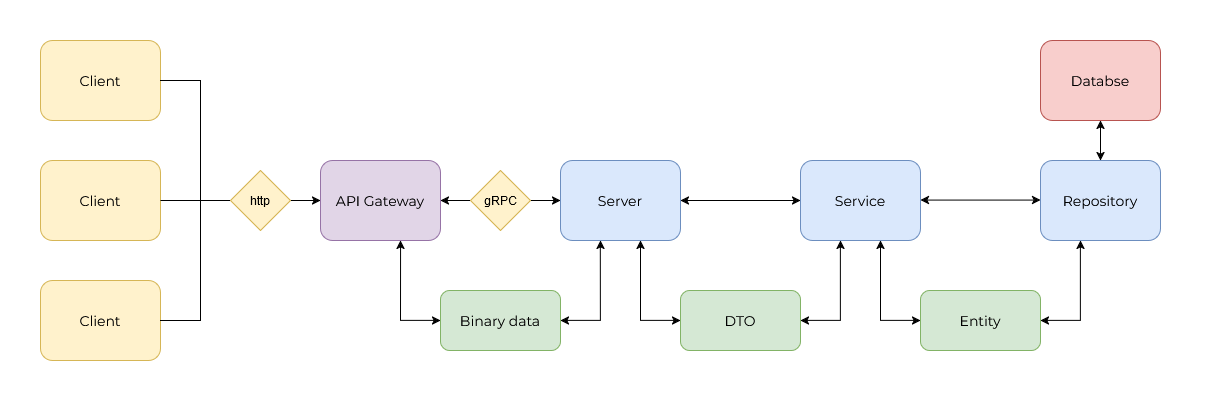
Above: assets/architecture.png in ArtoriasCode/jwtgo (draw.io), before the change. Source tidied: cells renumbered, new cells last; positions are measured from the earlier drawing's top-left corner, leaving out a move shared by most shapes. Its diagram source:
```xml
<mxGraphModel>
  <root>
    <mxCell id="0" />
    <mxCell id="1" parent="0" />
    <mxCell id="2" value="&lt;font style=&quot;font-size: 14px;&quot; face=&quot;Montserrat&quot;&gt;Client&lt;/font&gt;" style="rounded=1;whiteSpace=wrap;html=1;fillColor=#fff2cc;strokeColor=#d6b656;" parent="1" vertex="1">
      <mxGeometry x="40" y="160" width="120" height="80" as="geometry" />
    </mxCell>
    <mxCell id="3" style="endArrow=classic;html=1;rounded=0;exitX=1;exitY=0.5;exitDx=0;exitDy=0;" parent="1" edge="1" source="2">
      <mxGeometry relative="1" as="geometry">
        <mxPoint x="320" y="200" as="targetPoint" />
      </mxGeometry>
    </mxCell>
    <mxCell id="4" value="&lt;font face=&quot;Montserrat&quot; style=&quot;font-size: 14px;&quot;&gt;API Gateway&lt;br&gt;&lt;/font&gt;" style="rounded=1;whiteSpace=wrap;html=1;fillColor=#e1d5e7;strokeColor=#9673a6;" parent="1" vertex="1">
      <mxGeometry x="320" y="160" width="120" height="80" as="geometry" />
    </mxCell>
    <mxCell id="5" value="&lt;font face=&quot;Montserrat&quot; style=&quot;font-size: 14px;&quot;&gt;Server&lt;br&gt;&lt;/font&gt;" style="rounded=1;whiteSpace=wrap;html=1;fillColor=#dae8fc;strokeColor=#6c8ebf;" parent="1" vertex="1">
      <mxGeometry x="560" y="160" width="120" height="80" as="geometry" />
    </mxCell>
    <mxCell id="6" value="http" style="rhombus;whiteSpace=wrap;html=1;fillColor=#fff2cc;strokeColor=#d6b656;" parent="1" vertex="1">
      <mxGeometry x="230" y="170" width="60" height="60" as="geometry" />
    </mxCell>
    <mxCell id="7" value="&lt;font style=&quot;font-size: 14px;&quot; face=&quot;Montserrat&quot;&gt;Client&lt;/font&gt;" style="rounded=1;whiteSpace=wrap;html=1;fillColor=#fff2cc;strokeColor=#d6b656;" parent="1" vertex="1">
      <mxGeometry x="40" y="280" width="120" height="80" as="geometry" />
    </mxCell>
    <mxCell id="8" value="&lt;font style=&quot;font-size: 14px;&quot; face=&quot;Montserrat&quot;&gt;Client&lt;/font&gt;" style="rounded=1;whiteSpace=wrap;html=1;fillColor=#fff2cc;strokeColor=#d6b656;" parent="1" vertex="1">
      <mxGeometry x="40" y="40" width="120" height="80" as="geometry" />
    </mxCell>
    <mxCell id="9" style="endArrow=none;html=1;rounded=0;exitX=1;exitY=0.5;exitDx=0;exitDy=0;" parent="1" edge="1" source="7">
      <mxGeometry relative="1" as="geometry">
        <mxPoint x="200" y="200" as="targetPoint" />
        <Array as="points">
          <mxPoint x="200" y="320" />
        </Array>
      </mxGeometry>
    </mxCell>
    <mxCell id="10" style="endArrow=none;html=1;rounded=0;exitX=1;exitY=0.5;exitDx=0;exitDy=0;" parent="1" edge="1" source="8">
      <mxGeometry relative="1" as="geometry">
        <mxPoint x="200" y="200" as="targetPoint" />
        <Array as="points">
          <mxPoint x="200" y="80" />
        </Array>
      </mxGeometry>
    </mxCell>
    <mxCell id="11" style="endArrow=classic;startArrow=classic;html=1;rounded=0;exitX=1;exitY=0.5;exitDx=0;exitDy=0;entryX=0;entryY=0.5;entryDx=0;entryDy=0;" parent="1" edge="1" source="4" target="5">
      <mxGeometry relative="1" as="geometry" />
    </mxCell>
    <mxCell id="12" value="gRPC" style="rhombus;whiteSpace=wrap;html=1;fillColor=#fff2cc;strokeColor=#d6b656;" parent="1" vertex="1">
      <mxGeometry x="470" y="170" width="60" height="60" as="geometry" />
    </mxCell>
    <mxCell id="13" value="&lt;font face=&quot;Montserrat&quot; style=&quot;font-size: 14px;&quot;&gt;Binary data&lt;/font&gt;" style="rounded=1;whiteSpace=wrap;html=1;fillColor=#d5e8d4;strokeColor=#82b366;" parent="1" vertex="1">
      <mxGeometry x="440" y="290" width="120" height="60" as="geometry" />
    </mxCell>
    <mxCell id="14" style="endArrow=classic;startArrow=classic;html=1;rounded=0;exitX=1;exitY=0.5;exitDx=0;exitDy=0;entryX=0.333;entryY=1;entryDx=0;entryDy=0;entryPerimeter=0;" parent="1" edge="1" source="13" target="5">
      <mxGeometry relative="1" as="geometry">
        <Array as="points">
          <mxPoint x="600" y="320" />
        </Array>
      </mxGeometry>
    </mxCell>
    <mxCell id="15" style="endArrow=classic;startArrow=classic;html=1;rounded=0;exitX=0;exitY=0.5;exitDx=0;exitDy=0;entryX=0.667;entryY=1;entryDx=0;entryDy=0;entryPerimeter=0;" parent="1" edge="1" source="13" target="4">
      <mxGeometry relative="1" as="geometry">
        <Array as="points">
          <mxPoint x="400" y="320" />
        </Array>
      </mxGeometry>
    </mxCell>
    <mxCell id="16" value="&lt;font face=&quot;Montserrat&quot; style=&quot;font-size: 14px;&quot;&gt;Service&lt;/font&gt;" style="rounded=1;whiteSpace=wrap;html=1;fillColor=#dae8fc;strokeColor=#6c8ebf;" parent="1" vertex="1">
      <mxGeometry x="800" y="160" width="120" height="80" as="geometry" />
    </mxCell>
    <mxCell id="17" style="endArrow=classic;startArrow=classic;html=1;rounded=0;exitX=1;exitY=0.5;exitDx=0;exitDy=0;entryX=0;entryY=0.5;entryDx=0;entryDy=0;" parent="1" edge="1" source="5" target="16">
      <mxGeometry relative="1" as="geometry" />
    </mxCell>
    <mxCell id="18" value="&lt;font face=&quot;Montserrat&quot; style=&quot;font-size: 14px;&quot;&gt;DTO&lt;/font&gt;" style="rounded=1;whiteSpace=wrap;html=1;fillColor=#d5e8d4;strokeColor=#82b366;" parent="1" vertex="1">
      <mxGeometry x="680" y="290" width="120" height="60" as="geometry" />
    </mxCell>
    <mxCell id="19" style="endArrow=classic;startArrow=classic;html=1;rounded=0;exitX=0;exitY=0.5;exitDx=0;exitDy=0;entryX=0.667;entryY=1;entryDx=0;entryDy=0;entryPerimeter=0;" parent="1" edge="1">
      <mxGeometry relative="1" as="geometry">
        <mxPoint x="680" y="320" as="sourcePoint" />
        <mxPoint x="640" y="240" as="targetPoint" />
        <Array as="points">
          <mxPoint x="640" y="320" />
        </Array>
      </mxGeometry>
    </mxCell>
    <mxCell id="20" style="endArrow=classic;startArrow=classic;html=1;rounded=0;exitX=1;exitY=0.5;exitDx=0;exitDy=0;entryX=0.333;entryY=1;entryDx=0;entryDy=0;entryPerimeter=0;" parent="1" edge="1">
      <mxGeometry relative="1" as="geometry">
        <mxPoint x="800" y="320" as="sourcePoint" />
        <mxPoint x="840" y="240" as="targetPoint" />
        <Array as="points">
          <mxPoint x="840" y="320" />
        </Array>
      </mxGeometry>
    </mxCell>
    <mxCell id="21" value="&lt;font face=&quot;Montserrat&quot; style=&quot;font-size: 14px;&quot;&gt;Repository&lt;/font&gt;" style="rounded=1;whiteSpace=wrap;html=1;fillColor=#dae8fc;strokeColor=#6c8ebf;" parent="1" vertex="1">
      <mxGeometry x="1040" y="160" width="120" height="80" as="geometry" />
    </mxCell>
    <mxCell id="22" style="endArrow=classic;startArrow=classic;html=1;rounded=0;exitX=1;exitY=0.5;exitDx=0;exitDy=0;entryX=0;entryY=0.5;entryDx=0;entryDy=0;" parent="1" edge="1">
      <mxGeometry relative="1" as="geometry">
        <mxPoint x="920" y="199.6" as="sourcePoint" />
        <mxPoint x="1040" y="199.6" as="targetPoint" />
      </mxGeometry>
    </mxCell>
    <mxCell id="23" value="&lt;font face=&quot;Montserrat&quot; style=&quot;font-size: 14px;&quot;&gt;Entity&lt;/font&gt;" style="rounded=1;whiteSpace=wrap;html=1;fillColor=#d5e8d4;strokeColor=#82b366;" parent="1" vertex="1">
      <mxGeometry x="920" y="290" width="120" height="60" as="geometry" />
    </mxCell>
    <mxCell id="24" style="endArrow=classic;startArrow=classic;html=1;rounded=0;exitX=1;exitY=0.5;exitDx=0;exitDy=0;entryX=0.333;entryY=1;entryDx=0;entryDy=0;entryPerimeter=0;" parent="1" edge="1">
      <mxGeometry relative="1" as="geometry">
        <mxPoint x="1040" y="320" as="sourcePoint" />
        <mxPoint x="1080" y="240" as="targetPoint" />
        <Array as="points">
          <mxPoint x="1080" y="320" />
        </Array>
      </mxGeometry>
    </mxCell>
    <mxCell id="25" style="endArrow=classic;startArrow=classic;html=1;rounded=0;exitX=0;exitY=0.5;exitDx=0;exitDy=0;entryX=0.667;entryY=1;entryDx=0;entryDy=0;entryPerimeter=0;" parent="1" edge="1">
      <mxGeometry relative="1" as="geometry">
        <mxPoint x="920" y="320" as="sourcePoint" />
        <mxPoint x="880" y="240" as="targetPoint" />
        <Array as="points">
          <mxPoint x="880" y="320" />
        </Array>
      </mxGeometry>
    </mxCell>
    <mxCell id="26" value="&lt;font face=&quot;Montserrat&quot; style=&quot;font-size: 14px;&quot;&gt;Databse&lt;/font&gt;" style="rounded=1;whiteSpace=wrap;html=1;fillColor=#f8cecc;strokeColor=#b85450;" parent="1" vertex="1">
      <mxGeometry x="1040" y="40" width="120" height="80" as="geometry" />
    </mxCell>
    <mxCell id="27" style="endArrow=classic;startArrow=classic;html=1;rounded=0;entryX=0.5;entryY=1;entryDx=0;entryDy=0;exitX=0.5;exitY=0;exitDx=0;exitDy=0;" parent="1" edge="1" source="21" target="26">
      <mxGeometry relative="1" as="geometry" />
    </mxCell>
    <mxCell id="28" style="swimlane;startSize=0;strokeColor=none;" parent="1" vertex="1">
      <mxGeometry width="1210" height="400" as="geometry" />
    </mxCell>
  </root>
</mxGraphModel>
```
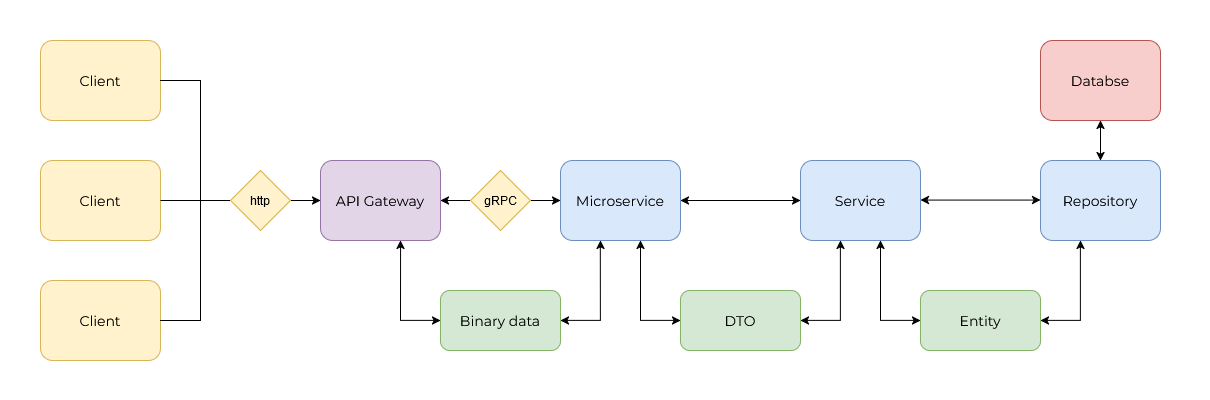
Above is the later version.

The edit, as a diff of the source:
```diff
@@ -13,7 +13,7 @@
     <mxCell id="4" value="&lt;font face=&quot;Montserrat&quot; style=&quot;font-size: 14px;&quot;&gt;API Gateway&lt;br&gt;&lt;/font&gt;" style="rounded=1;whiteSpace=wrap;html=1;fillColor=#e1d5e7;strokeColor=#9673a6;" parent="1" vertex="1">
       <mxGeometry x="320" y="160" width="120" height="80" as="geometry" />
     </mxCell>
-    <mxCell id="5" value="&lt;font face=&quot;Montserrat&quot; style=&quot;font-size: 14px;&quot;&gt;Server&lt;br&gt;&lt;/font&gt;" style="rounded=1;whiteSpace=wrap;html=1;fillColor=#dae8fc;strokeColor=#6c8ebf;" parent="1" vertex="1">
+    <mxCell id="5" value="&lt;font face=&quot;Montserrat&quot; style=&quot;font-size: 14px;&quot;&gt;Microservice&lt;/font&gt;" style="rounded=1;whiteSpace=wrap;html=1;fillColor=#dae8fc;strokeColor=#6c8ebf;" parent="1" vertex="1">
       <mxGeometry x="560" y="160" width="120" height="80" as="geometry" />
     </mxCell>
     <mxCell id="6" value="http" style="rhombus;whiteSpace=wrap;html=1;fillColor=#fff2cc;strokeColor=#d6b656;" parent="1" vertex="1">
```
